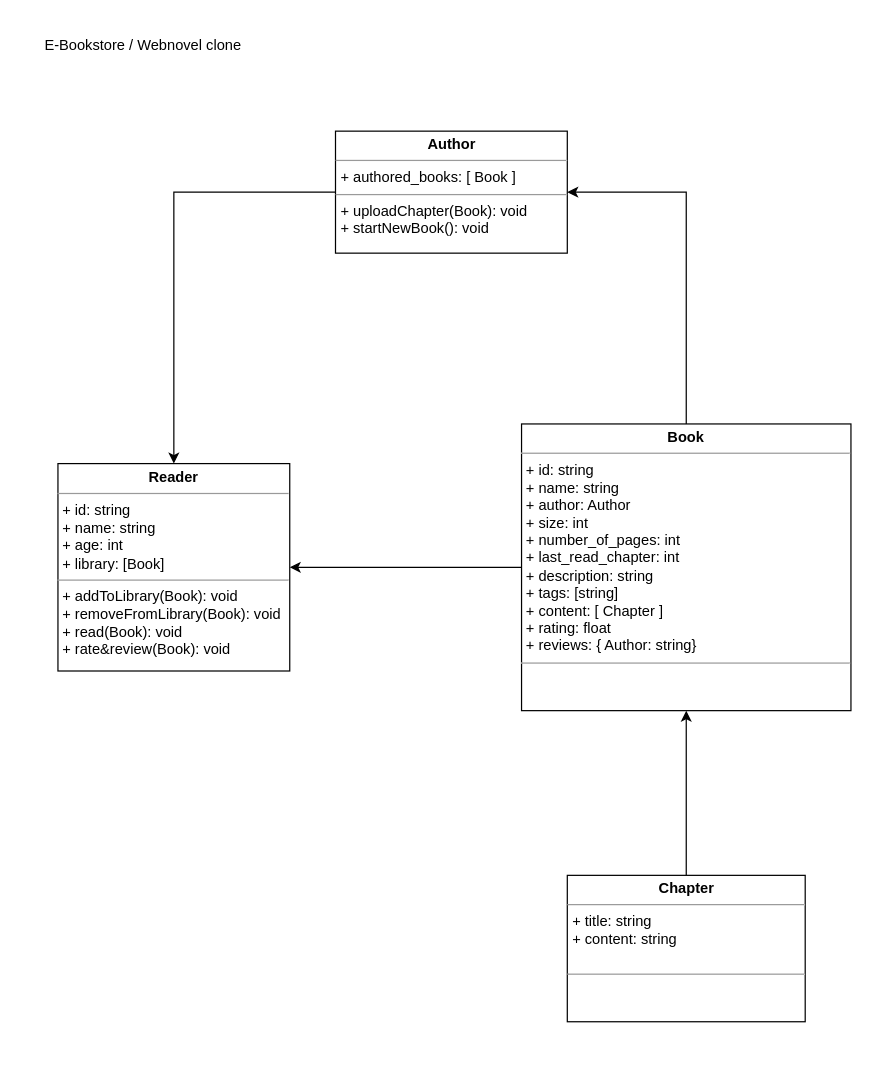
Earlier version of the draw.io diagram E-Bookstore_UML_Diagram.drawio (Amogh-Nivaskar/E-Bookstore). Source tidied: cells renumbered, new cells numbered last; positions are measured from the earlier drawing's top-left corner, leaving out a move shared by most shapes. Both pictures are drawn from the tidied source at 122%, with x=0, y=0 at pixel (21, 21).
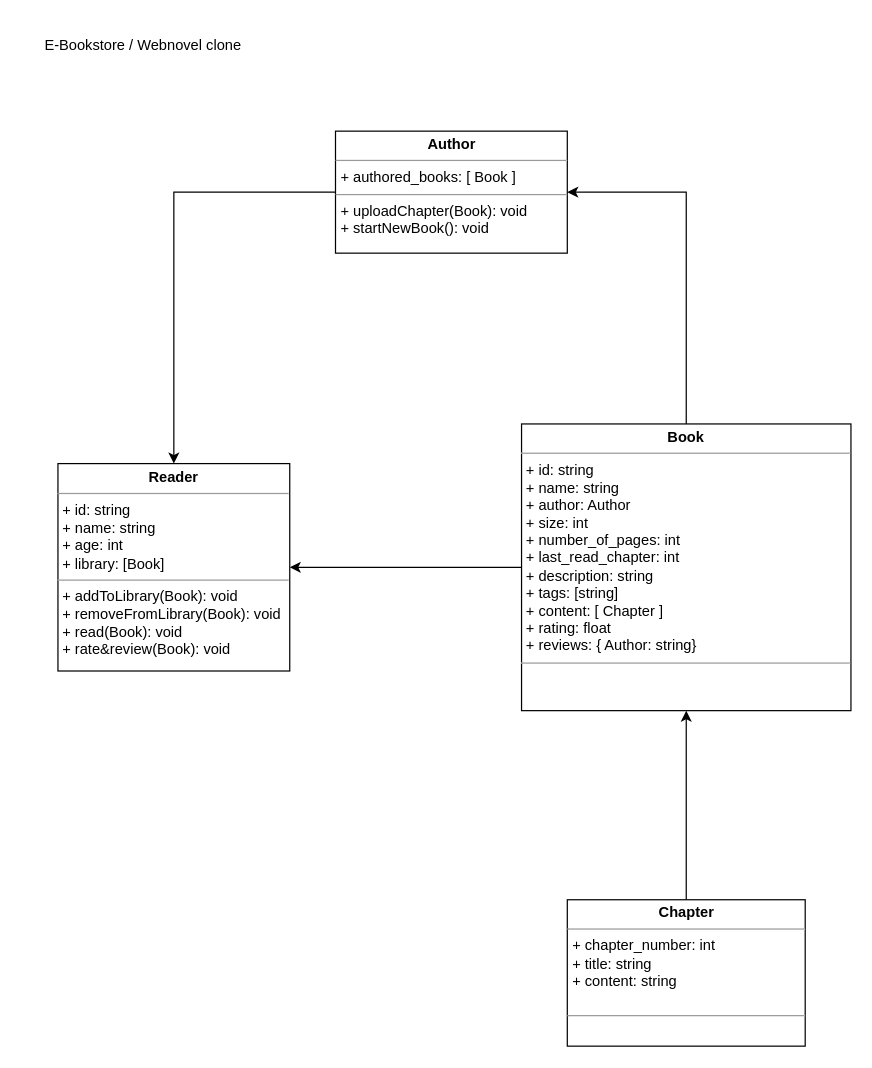
After the change.

Diff of the diagram source:
```diff
@@
 <mxGraphModel>
   <root>
     <mxCell id="0" />
     <mxCell id="1" parent="0" />
     <mxCell id="2" value="E-Bookstore / Webnovel clone" style="text;html=1;strokeColor=none;fillColor=none;align=center;verticalAlign=middle;whiteSpace=wrap;rounded=0;" parent="1" vertex="1">
       <mxGeometry width="200" height="40" as="geometry" />
     </mxCell>
     <mxCell id="3" value="&lt;p style=&quot;margin:0px;margin-top:4px;text-align:center;&quot;&gt;&lt;b&gt;Reader&lt;/b&gt;&lt;/p&gt;&lt;hr size=&quot;1&quot;&gt;&lt;p style=&quot;margin:0px;margin-left:4px;&quot;&gt;+ id: string&lt;/p&gt;&lt;p style=&quot;margin:0px;margin-left:4px;&quot;&gt;+ name: string&lt;/p&gt;&lt;p style=&quot;margin:0px;margin-left:4px;&quot;&gt;+ age: int&lt;/p&gt;&lt;p style=&quot;margin:0px;margin-left:4px;&quot;&gt;+ library: [Book]&lt;/p&gt;&lt;hr size=&quot;1&quot;&gt;&lt;p style=&quot;margin:0px;margin-left:4px;&quot;&gt;+ addToLibrary(Book): void&lt;/p&gt;&lt;p style=&quot;margin:0px;margin-left:4px;&quot;&gt;+ removeFromLibrary(Book): void&lt;/p&gt;&lt;p style=&quot;margin:0px;margin-left:4px;&quot;&gt;+ read(Book): void&lt;/p&gt;&lt;p style=&quot;margin:0px;margin-left:4px;&quot;&gt;+ rate&amp;amp;review(Book): void&lt;/p&gt;" style="verticalAlign=top;align=left;overflow=fill;fontSize=12;fontFamily=Helvetica;html=1;whiteSpace=wrap;" parent="1" vertex="1">
       <mxGeometry x="30" y="362.5" width="190" height="170" as="geometry" />
     </mxCell>
     <mxCell id="4" style="edgeStyle=orthogonalEdgeStyle;rounded=0;jettySize=auto;html=1;exitX=0;exitY=0.5;exitDx=0;exitDy=0;" parent="1" edge="1" source="6" target="3">
       <mxGeometry relative="1" as="geometry" />
     </mxCell>
     <mxCell id="5" style="edgeStyle=orthogonalEdgeStyle;rounded=0;jettySize=auto;html=1;entryX=1;entryY=0.5;entryDx=0;entryDy=0;" parent="1" edge="1" source="6" target="10">
       <mxGeometry relative="1" as="geometry" />
     </mxCell>
     <mxCell id="6" value="&lt;p style=&quot;margin:0px;margin-top:4px;text-align:center;&quot;&gt;&lt;b&gt;Book&lt;/b&gt;&lt;/p&gt;&lt;hr size=&quot;1&quot;&gt;&lt;p style=&quot;margin:0px;margin-left:4px;&quot;&gt;+ id: string&lt;/p&gt;&lt;p style=&quot;margin:0px;margin-left:4px;&quot;&gt;+ name: string&lt;/p&gt;&lt;p style=&quot;margin:0px;margin-left:4px;&quot;&gt;+ author: Author&lt;/p&gt;&lt;p style=&quot;margin:0px;margin-left:4px;&quot;&gt;+ size: int&lt;/p&gt;&lt;p style=&quot;margin:0px;margin-left:4px;&quot;&gt;+ number_of_pages: int&lt;/p&gt;&lt;p style=&quot;margin:0px;margin-left:4px;&quot;&gt;+ last_read_chapter: int&lt;/p&gt;&lt;p style=&quot;margin:0px;margin-left:4px;&quot;&gt;+ description: string&lt;/p&gt;&lt;p style=&quot;margin:0px;margin-left:4px;&quot;&gt;+ tags: [string]&lt;/p&gt;&lt;p style=&quot;margin:0px;margin-left:4px;&quot;&gt;+ content: [ Chapter ]&lt;/p&gt;&lt;p style=&quot;margin:0px;margin-left:4px;&quot;&gt;+ rating: float&lt;/p&gt;&lt;p style=&quot;margin:0px;margin-left:4px;&quot;&gt;+ reviews: { Author: string}&lt;/p&gt;&lt;hr size=&quot;1&quot;&gt;&lt;p style=&quot;margin:0px;margin-left:4px;&quot;&gt;&lt;br&gt;&lt;/p&gt;" style="verticalAlign=top;align=left;overflow=fill;fontSize=12;fontFamily=Helvetica;html=1;whiteSpace=wrap;" parent="1" vertex="1">
       <mxGeometry x="410" y="330" width="270" height="235" as="geometry" />
     </mxCell>
     <mxCell id="7" style="edgeStyle=orthogonalEdgeStyle;rounded=0;jettySize=auto;html=1;entryX=0.5;entryY=1;entryDx=0;entryDy=0;" parent="1" edge="1" source="8" target="6">
       <mxGeometry relative="1" as="geometry" />
     </mxCell>
-    <mxCell id="8" value="&lt;p style=&quot;margin:0px;margin-top:4px;text-align:center;&quot;&gt;&lt;b&gt;Chapter&lt;/b&gt;&lt;/p&gt;&lt;hr size=&quot;1&quot;&gt;&lt;p style=&quot;margin:0px;margin-left:4px;&quot;&gt;+ title: string&lt;/p&gt;&lt;p style=&quot;margin:0px;margin-left:4px;&quot;&gt;+ content: string&lt;/p&gt;&lt;p style=&quot;margin:0px;margin-left:4px;&quot;&gt;&lt;br&gt;&lt;/p&gt;&lt;hr size=&quot;1&quot;&gt;&lt;p style=&quot;margin:0px;margin-left:4px;&quot;&gt;&lt;br&gt;&lt;/p&gt;" style="verticalAlign=top;align=left;overflow=fill;fontSize=12;fontFamily=Helvetica;html=1;whiteSpace=wrap;" parent="1" vertex="1">
-      <mxGeometry x="447.5" y="700" width="195" height="120" as="geometry" />
+    <mxCell id="8" value="&lt;p style=&quot;margin:0px;margin-top:4px;text-align:center;&quot;&gt;&lt;b&gt;Chapter&lt;/b&gt;&lt;/p&gt;&lt;hr size=&quot;1&quot;&gt;&lt;p style=&quot;margin:0px;margin-left:4px;&quot;&gt;+ chapter_number: int&lt;/p&gt;&lt;p style=&quot;margin:0px;margin-left:4px;&quot;&gt;+ title: string&lt;/p&gt;&lt;p style=&quot;margin:0px;margin-left:4px;&quot;&gt;+ content: string&lt;/p&gt;&lt;p style=&quot;margin:0px;margin-left:4px;&quot;&gt;&lt;br&gt;&lt;/p&gt;&lt;hr size=&quot;1&quot;&gt;&lt;p style=&quot;margin:0px;margin-left:4px;&quot;&gt;&lt;br&gt;&lt;/p&gt;" style="verticalAlign=top;align=left;overflow=fill;fontSize=12;fontFamily=Helvetica;html=1;whiteSpace=wrap;" parent="1" vertex="1">
+      <mxGeometry x="447.5" y="720" width="195" height="120" as="geometry" />
     </mxCell>
     <mxCell id="9" style="edgeStyle=orthogonalEdgeStyle;rounded=0;jettySize=auto;html=1;entryX=0.5;entryY=0;entryDx=0;entryDy=0;" parent="1" edge="1" source="10" target="3">
       <mxGeometry relative="1" as="geometry" />
     </mxCell>
     <mxCell id="10" value="&lt;p style=&quot;margin:0px;margin-top:4px;text-align:center;&quot;&gt;&lt;b&gt;Author&lt;/b&gt;&lt;/p&gt;&lt;hr size=&quot;1&quot;&gt;&lt;p style=&quot;margin:0px;margin-left:4px;&quot;&gt;&lt;span style=&quot;background-color: initial;&quot;&gt;+ authored_books: [ Book ]&lt;/span&gt;&lt;br&gt;&lt;/p&gt;&lt;hr size=&quot;1&quot;&gt;&lt;p style=&quot;margin:0px;margin-left:4px;&quot;&gt;+ uploadChapter(Book): void&amp;nbsp;&lt;/p&gt;&lt;p style=&quot;margin:0px;margin-left:4px;&quot;&gt;+ startNewBook(): void&lt;/p&gt;" style="verticalAlign=top;align=left;overflow=fill;fontSize=12;fontFamily=Helvetica;html=1;whiteSpace=wrap;" parent="1" vertex="1">
       <mxGeometry x="257.5" y="90" width="190" height="100" as="geometry" />
     </mxCell>
   </root>
 </mxGraphModel>
```
